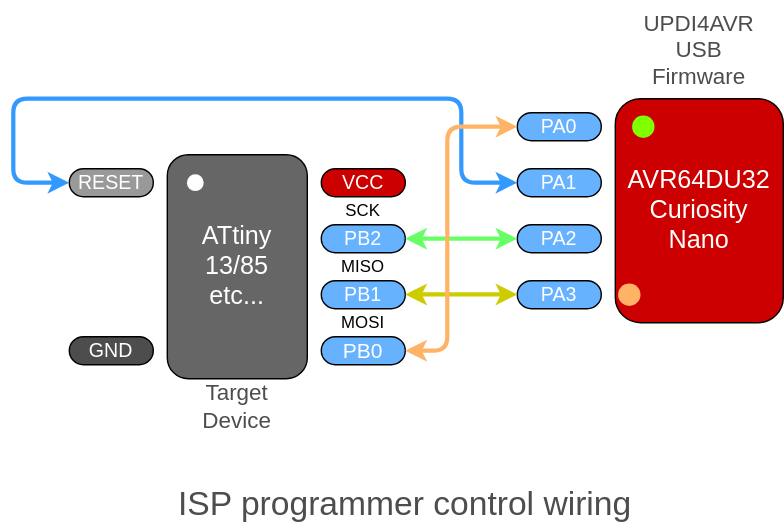
The draw.io diagram product/UPDI4AVR/images/U4AU_ISP.drawio.svg in askn37/askn37.github.io, before a commit. Source tidied: cells renumbered, new cells last; positions are measured from the earlier drawing's top-left corner, leaving out a move shared by most shapes. Its diagram source:
```xml
<mxGraphModel>
  <root>
    <mxCell id="0" />
    <mxCell id="1" parent="0" />
    <mxCell id="2" value="&lt;font color=&quot;#ffffff&quot; style=&quot;font-size: 18px;&quot;&gt;ATtiny&lt;br style=&quot;font-size: 18px;&quot;&gt;13/85&lt;br&gt;etc...&lt;/font&gt;" style="rounded=1;whiteSpace=wrap;html=1;fillColor=#666666;fontSize=18;" parent="1" vertex="1">
      <mxGeometry x="110" y="110" width="100" height="160" as="geometry" />
    </mxCell>
    <mxCell id="3" value="AVR64DU32&lt;br&gt;Curiosity&lt;br style=&quot;font-size: 18px;&quot;&gt;Nano" style="rounded=1;whiteSpace=wrap;html=1;labelBackgroundColor=none;fontSize=18;fontColor=#FFFFFF;fillColor=#CC0000;" parent="1" vertex="1">
      <mxGeometry x="430" y="70" width="120" height="160" as="geometry" />
    </mxCell>
    <mxCell id="4" value="PA0" style="rounded=1;whiteSpace=wrap;html=1;labelBackgroundColor=none;fontSize=14;fontColor=#FFFFFF;fillColor=#66B2FF;arcSize=50;verticalAlign=middle;" parent="1" vertex="1">
      <mxGeometry x="360" y="80" width="60" height="20" as="geometry" />
    </mxCell>
    <mxCell id="5" value="PA2" style="rounded=1;whiteSpace=wrap;html=1;labelBackgroundColor=none;fontSize=14;fontColor=#FFFFFF;fillColor=#66B2FF;arcSize=50;verticalAlign=middle;" parent="1" vertex="1">
      <mxGeometry x="360" y="160" width="60" height="20" as="geometry" />
    </mxCell>
    <mxCell id="6" value="ISP programmer control wiring" style="text;strokeColor=none;align=center;fillColor=none;html=1;verticalAlign=middle;whiteSpace=wrap;rounded=0;labelBackgroundColor=none;fontSize=24;fontColor=#4D4D4D;" parent="1" vertex="1">
      <mxGeometry x="60" y="340" width="440" height="40" as="geometry" />
    </mxCell>
    <mxCell id="7" value="UPDI4AVR&lt;br style=&quot;font-size: 16px;&quot;&gt;USB&lt;br style=&quot;font-size: 16px;&quot;&gt;Firmware" style="text;strokeColor=none;align=center;fillColor=none;html=1;verticalAlign=middle;whiteSpace=wrap;rounded=0;labelBackgroundColor=none;fontSize=16;fontColor=#4D4D4D;" parent="1" vertex="1">
      <mxGeometry x="430" width="120" height="70" as="geometry" />
    </mxCell>
    <mxCell id="8" style="shape=waypoint;sketch=0;size=6;fillColor=none;perimeter=centerPerimeter;labelBackgroundColor=none;fontSize=16;fontColor=#000000;strokeColor=#FFFFFF;strokeWidth=4;" parent="1" vertex="1">
      <mxGeometry x="120" y="120" width="20" height="20" as="geometry" />
    </mxCell>
    <mxCell id="9" value="MOSI" style="text;strokeColor=none;align=center;fillColor=none;html=1;verticalAlign=middle;whiteSpace=wrap;rounded=0;rotation=0;" parent="1" vertex="1">
      <mxGeometry x="230" y="220" width="40" height="20" as="geometry" />
    </mxCell>
    <mxCell id="10" value="Target&lt;br&gt;Device" style="text;strokeColor=none;align=center;fillColor=none;html=1;verticalAlign=middle;whiteSpace=wrap;rounded=0;labelBackgroundColor=none;fontSize=16;fontColor=#4D4D4D;" parent="1" vertex="1">
      <mxGeometry x="120" y="270" width="80" height="40" as="geometry" />
    </mxCell>
    <mxCell id="11" value="PA1" style="rounded=1;whiteSpace=wrap;html=1;labelBackgroundColor=none;fontSize=14;fontColor=#FFFFFF;fillColor=#66B2FF;arcSize=50;verticalAlign=middle;" parent="1" vertex="1">
      <mxGeometry x="360" y="120" width="60" height="20" as="geometry" />
    </mxCell>
    <mxCell id="12" value="PA3" style="rounded=1;whiteSpace=wrap;html=1;labelBackgroundColor=none;fontSize=14;fontColor=#FFFFFF;fillColor=#66B2FF;arcSize=50;verticalAlign=middle;" parent="1" vertex="1">
      <mxGeometry x="360" y="200" width="60" height="20" as="geometry" />
    </mxCell>
    <mxCell id="13" style="shape=waypoint;sketch=0;size=6;fillColor=none;perimeter=centerPerimeter;labelBackgroundColor=none;fontSize=16;fontColor=#000000;strokeColor=#80FF00;strokeWidth=6;" parent="1" vertex="1">
      <mxGeometry x="440" y="80" width="20" height="20" as="geometry" />
    </mxCell>
    <mxCell id="14" style="shape=waypoint;sketch=0;size=6;fillColor=none;perimeter=centerPerimeter;labelBackgroundColor=none;fontSize=16;fontColor=#000000;strokeColor=#FFB366;strokeWidth=6;" parent="1" vertex="1">
      <mxGeometry x="430" y="200" width="20" height="20" as="geometry" />
    </mxCell>
    <mxCell id="15" value="RESET" style="rounded=1;whiteSpace=wrap;html=1;labelBackgroundColor=none;fontSize=14;fontColor=#FFFFFF;fillColor=#999999;arcSize=50;verticalAlign=middle;" parent="1" vertex="1">
      <mxGeometry x="40" y="120" width="60" height="20" as="geometry" />
    </mxCell>
    <mxCell id="16" value="VCC" style="rounded=1;whiteSpace=wrap;html=1;labelBackgroundColor=none;fontSize=14;fontColor=#FFFFFF;fillColor=#CC0000;arcSize=50;verticalAlign=middle;" parent="1" vertex="1">
      <mxGeometry x="220" y="120" width="60" height="20" as="geometry" />
    </mxCell>
    <mxCell id="17" value="PB2" style="rounded=1;whiteSpace=wrap;html=1;labelBackgroundColor=none;fontSize=14;fontColor=#FFFFFF;fillColor=#66B2FF;arcSize=50;verticalAlign=middle;" parent="1" vertex="1">
      <mxGeometry x="220" y="160" width="60" height="20" as="geometry" />
    </mxCell>
    <mxCell id="18" value="PB0" style="rounded=1;whiteSpace=wrap;html=1;labelBackgroundColor=none;fontSize=15;fontColor=#FFFFFF;fillColor=#66B2FF;arcSize=50;verticalAlign=middle;" parent="1" vertex="1">
      <mxGeometry x="220" y="240" width="60" height="20" as="geometry" />
    </mxCell>
    <mxCell id="19" value="GND" style="rounded=1;whiteSpace=wrap;html=1;labelBackgroundColor=none;fontSize=14;fontColor=#FFFFFF;fillColor=#4D4D4D;arcSize=50;verticalAlign=middle;" parent="1" vertex="1">
      <mxGeometry x="40" y="240" width="60" height="20" as="geometry" />
    </mxCell>
    <mxCell id="20" style="endArrow=classic;startArrow=classic;html=1;fontSize=15;fontColor=#FFFFFF;exitX=0;exitY=0.5;exitDx=0;exitDy=0;strokeWidth=3;strokeColor=#3399FF;entryX=0;entryY=0.5;entryDx=0;entryDy=0;" parent="1" edge="1" source="11" target="15">
      <mxGeometry relative="1" as="geometry">
        <Array as="points">
          <mxPoint x="320" y="130" />
          <mxPoint x="320" y="70" />
          <mxPoint y="70" />
          <mxPoint y="130" />
        </Array>
      </mxGeometry>
    </mxCell>
    <mxCell id="21" value="MISO" style="text;strokeColor=none;align=center;fillColor=none;html=1;verticalAlign=middle;whiteSpace=wrap;rounded=0;rotation=0;" parent="1" vertex="1">
      <mxGeometry x="230" y="180" width="40" height="20" as="geometry" />
    </mxCell>
    <mxCell id="22" value="SCK" style="text;strokeColor=none;align=center;fillColor=none;html=1;verticalAlign=middle;whiteSpace=wrap;rounded=0;rotation=0;" parent="1" vertex="1">
      <mxGeometry x="230" y="140" width="40" height="20" as="geometry" />
    </mxCell>
    <mxCell id="23" value="PB1" style="rounded=1;whiteSpace=wrap;html=1;labelBackgroundColor=none;fontSize=14;fontColor=#FFFFFF;fillColor=#66B2FF;arcSize=50;verticalAlign=middle;" parent="1" vertex="1">
      <mxGeometry x="220" y="200" width="60" height="20" as="geometry" />
    </mxCell>
    <mxCell id="24" style="endArrow=classic;startArrow=classic;html=1;strokeColor=#66FF66;strokeWidth=3;entryX=1;entryY=0.5;entryDx=0;entryDy=0;exitX=0;exitY=0.5;exitDx=0;exitDy=0;" parent="1" edge="1" source="5" target="17">
      <mxGeometry relative="1" as="geometry" />
    </mxCell>
    <mxCell id="25" style="endArrow=classic;startArrow=classic;html=1;strokeColor=#CCCC00;strokeWidth=3;entryX=1;entryY=0.5;entryDx=0;entryDy=0;exitX=0;exitY=0.5;exitDx=0;exitDy=0;" parent="1" edge="1">
      <mxGeometry relative="1" as="geometry">
        <mxPoint x="360" y="209.8" as="sourcePoint" />
        <mxPoint x="280" y="209.8" as="targetPoint" />
      </mxGeometry>
    </mxCell>
    <mxCell id="26" style="endArrow=classic;startArrow=classic;html=1;strokeColor=#FFB366;exitX=0;exitY=0.5;exitDx=0;exitDy=0;strokeWidth=3;entryX=1;entryY=0.5;entryDx=0;entryDy=0;" parent="1" edge="1" source="4" target="18">
      <mxGeometry relative="1" as="geometry">
        <Array as="points">
          <mxPoint x="310" y="90" />
          <mxPoint x="310" y="250" />
        </Array>
      </mxGeometry>
    </mxCell>
  </root>
</mxGraphModel>
```
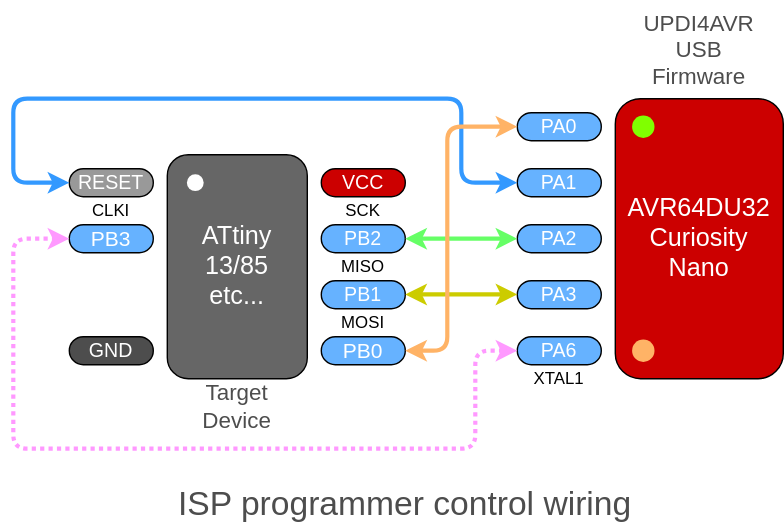
Above is the later version.

What changed in the source:
```diff
@@ -6,7 +6,7 @@
       <mxGeometry x="110" y="110" width="100" height="160" as="geometry" />
     </mxCell>
     <mxCell id="3" value="AVR64DU32&lt;br&gt;Curiosity&lt;br style=&quot;font-size: 18px;&quot;&gt;Nano" style="rounded=1;whiteSpace=wrap;html=1;labelBackgroundColor=none;fontSize=18;fontColor=#FFFFFF;fillColor=#CC0000;" parent="1" vertex="1">
-      <mxGeometry x="430" y="70" width="120" height="160" as="geometry" />
+      <mxGeometry x="430" y="70" width="120" height="200" as="geometry" />
     </mxCell>
     <mxCell id="4" value="PA0" style="rounded=1;whiteSpace=wrap;html=1;labelBackgroundColor=none;fontSize=14;fontColor=#FFFFFF;fillColor=#66B2FF;arcSize=50;verticalAlign=middle;" parent="1" vertex="1">
       <mxGeometry x="360" y="80" width="60" height="20" as="geometry" />
@@ -39,7 +39,7 @@
       <mxGeometry x="440" y="80" width="20" height="20" as="geometry" />
     </mxCell>
     <mxCell id="14" style="shape=waypoint;sketch=0;size=6;fillColor=none;perimeter=centerPerimeter;labelBackgroundColor=none;fontSize=16;fontColor=#000000;strokeColor=#FFB366;strokeWidth=6;" parent="1" vertex="1">
-      <mxGeometry x="430" y="200" width="20" height="20" as="geometry" />
+      <mxGeometry x="440" y="240" width="20" height="20" as="geometry" />
     </mxCell>
     <mxCell id="15" value="RESET" style="rounded=1;whiteSpace=wrap;html=1;labelBackgroundColor=none;fontSize=14;fontColor=#FFFFFF;fillColor=#999999;arcSize=50;verticalAlign=middle;" parent="1" vertex="1">
       <mxGeometry x="40" y="120" width="60" height="20" as="geometry" />
@@ -92,5 +92,28 @@
         </Array>
       </mxGeometry>
     </mxCell>
+    <mxCell id="27" value="PA6" style="rounded=1;whiteSpace=wrap;html=1;labelBackgroundColor=none;fontSize=14;fontColor=#FFFFFF;fillColor=#66B2FF;arcSize=50;verticalAlign=middle;" parent="1" vertex="1">
+      <mxGeometry x="360" y="240" width="60" height="20" as="geometry" />
+    </mxCell>
+    <mxCell id="28" value="PB3" style="rounded=1;whiteSpace=wrap;html=1;labelBackgroundColor=none;fontSize=15;fontColor=#FFFFFF;fillColor=#66B2FF;arcSize=50;verticalAlign=middle;" parent="1" vertex="1">
+      <mxGeometry x="40" y="160" width="60" height="20" as="geometry" />
+    </mxCell>
+    <mxCell id="29" value="CLKI" style="text;strokeColor=none;align=center;fillColor=none;html=1;verticalAlign=middle;whiteSpace=wrap;rounded=0;rotation=0;" parent="1" vertex="1">
+      <mxGeometry x="50" y="140" width="40" height="20" as="geometry" />
+    </mxCell>
+    <mxCell id="30" style="endArrow=classic;startArrow=classic;html=1;strokeColor=#FF99FF;exitX=0;exitY=0.5;exitDx=0;exitDy=0;strokeWidth=3;entryX=0;entryY=0.5;entryDx=0;entryDy=0;dashed=1;dashPattern=1 1;" parent="1" edge="1" target="28">
+      <mxGeometry relative="1" as="geometry">
+        <mxPoint x="360" y="250" as="sourcePoint" />
+        <Array as="points">
+          <mxPoint x="330" y="250" />
+          <mxPoint x="330" y="320" />
+          <mxPoint y="320" />
+          <mxPoint y="170" />
+        </Array>
+      </mxGeometry>
+    </mxCell>
+    <mxCell id="31" value="XTAL1" style="text;strokeColor=none;align=center;fillColor=none;html=1;verticalAlign=middle;whiteSpace=wrap;rounded=0;rotation=0;" parent="1" vertex="1">
+      <mxGeometry x="370" y="260" width="40" height="20" as="geometry" />
+    </mxCell>
   </root>
 </mxGraphModel>
```
